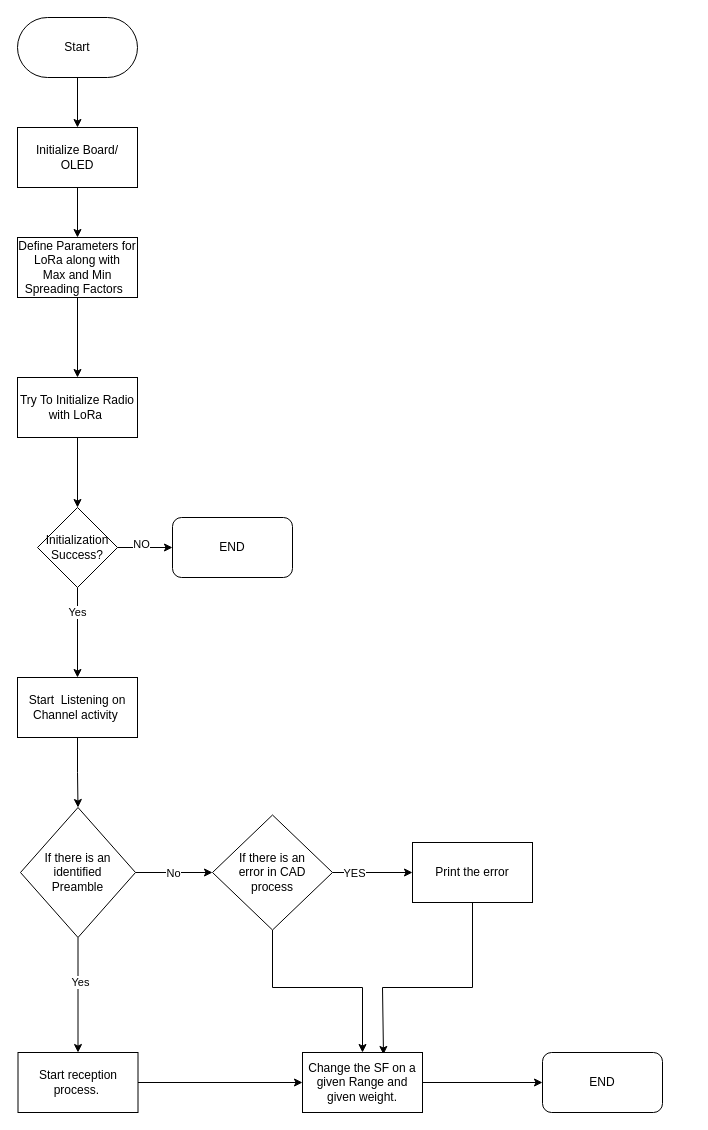
The draw.io diagram LoRaGateway.drawio in NuwanUdara/my-diagrams, before the edit. Source tidied: cells renumbered, new cells numbered last; positions are measured from the earlier drawing's top-left corner, leaving out a move shared by most shapes. Both pictures are drawn from the tidied source at 100%, with x=0, y=0 at pixel (17, 17).
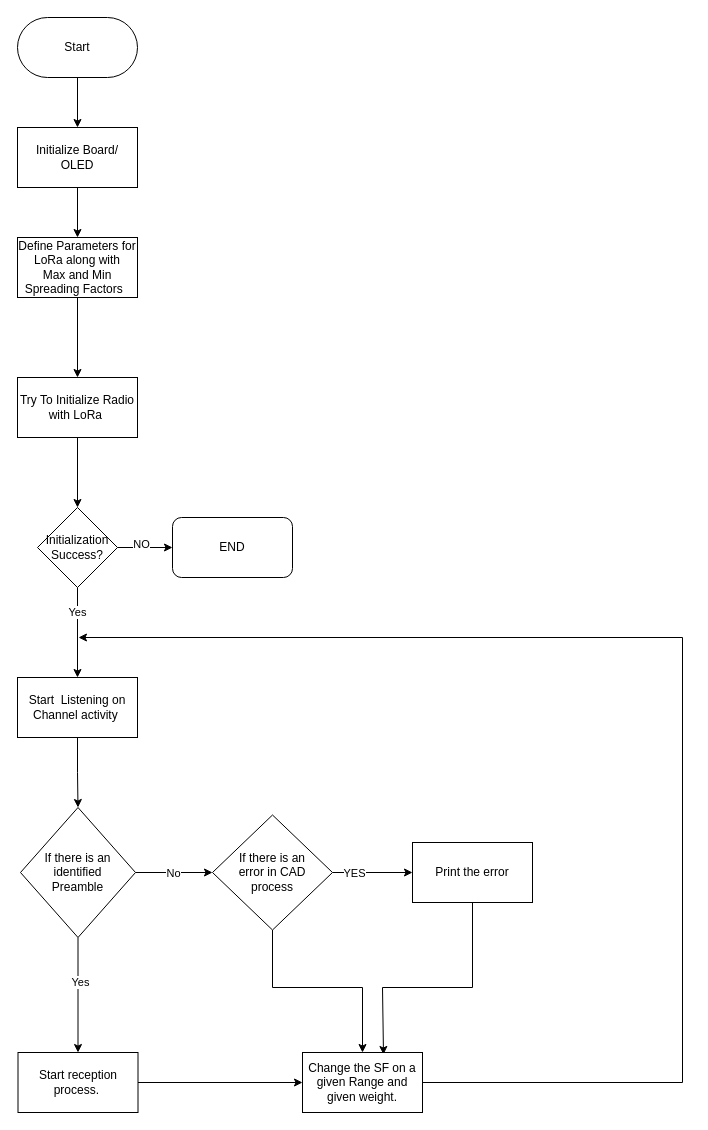
The same diagram, later.

Unchanged cells that the change refers to:
```xml
<mxCell id="32" value="Change the SF on a given Range and given weight." style="rounded=0;whiteSpace=wrap;html=1;" parent="1" vertex="1">
  <mxGeometry x="285" y="1035" width="120" height="60" as="geometry" />
</mxCell>
```

What changed in the source:
```diff
@@
-    <mxCell id="31" style="edgeStyle=orthogonalEdgeStyle;rounded=0;jettySize=auto;html=1;" parent="1" edge="1" source="32" target="33">
-      <mxGeometry relative="1" as="geometry" />
+    <mxCell id="31" style="edgeStyle=orthogonalEdgeStyle;rounded=0;jettySize=auto;html=1;" parent="1" edge="1" source="32">
+      <mxGeometry relative="1" as="geometry">
+        <mxPoint x="61" y="620" as="targetPoint" />
+        <Array as="points">
+          <mxPoint x="665" y="1065" />
+          <mxPoint x="665" y="620" />
+        </Array>
+      </mxGeometry>
     </mxCell>
@@
-    <mxCell id="33" value="END" style="rounded=1;whiteSpace=wrap;html=1;" parent="1" vertex="1">
-      <mxGeometry x="525" y="1035" width="120" height="60" as="geometry" />
-    </mxCell>
```
